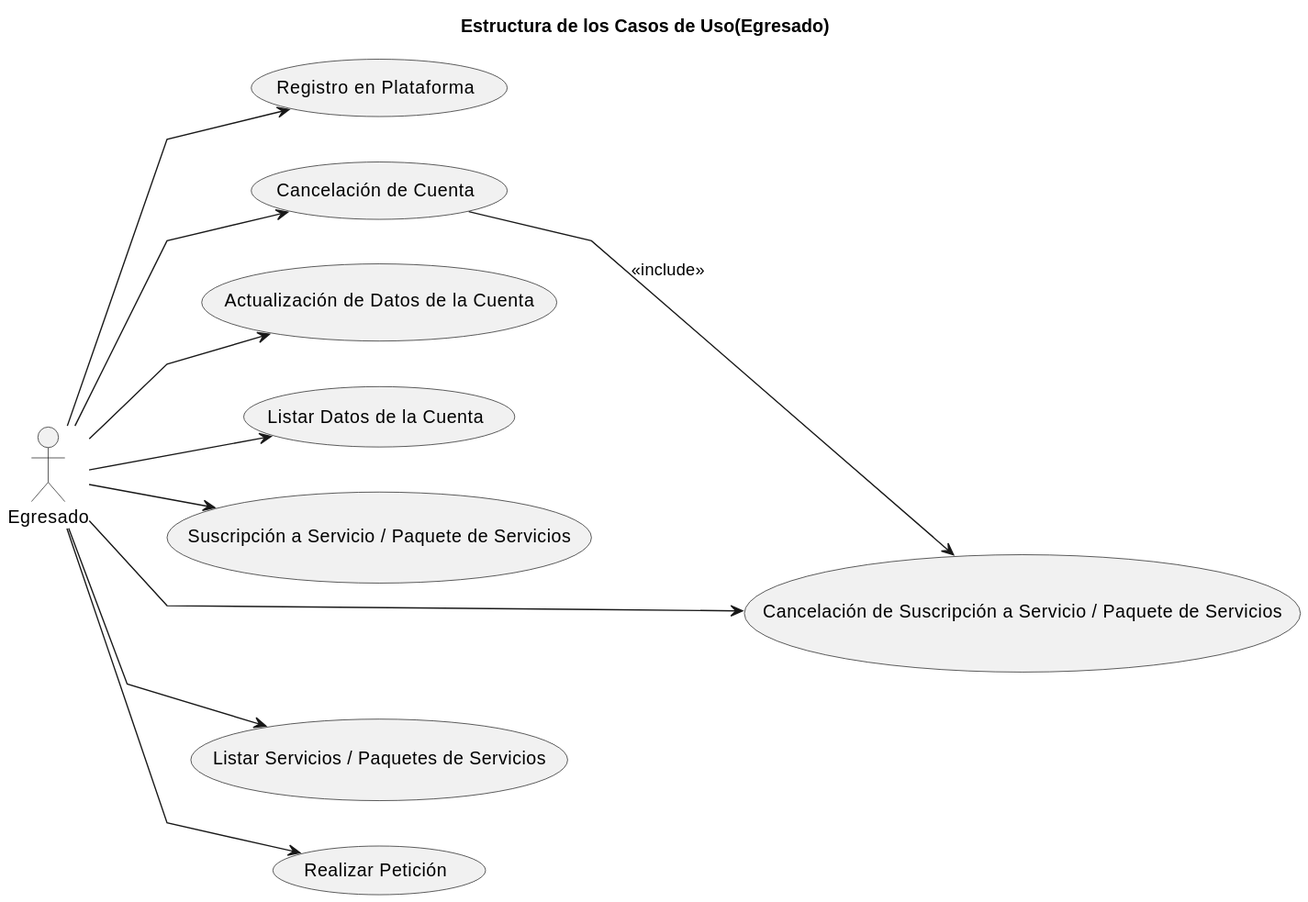
Above: Caso_de_Uso/Estructura/Egresado/Estructura.svg in mmasias/23-24-IdSw1-SDR (PlantUML), before the change. Source of this version:
```plantuml
@startuml Estructura

title Estructura de los Casos de Uso(Egresado)

skinparam {
    NoteBackgroundColor #whiteSmoke
    NoteBorderColor #green
    linetype polyline
}

left to right direction

actor Egresado

Egresado --> (Registro en Plataforma)
Egresado --> (Cancelación de Cuenta)
Egresado --> (Actualización de Datos de la Cuenta)
Egresado --> (Listar Datos de la Cuenta)
Egresado --> (Suscripción a Servicio / Paquete de Servicios)
Egresado --> (Cancelación de Suscripción a Servicio / Paquete de Servicios)
Egresado --> (Listar Servicios / Paquetes de Servicios)
Egresado --> (Realizar Petición)

(Cancelación de Cuenta) --> (Cancelación de Suscripción a Servicio / Paquete de Servicios) : <<include>>

@enduml
```
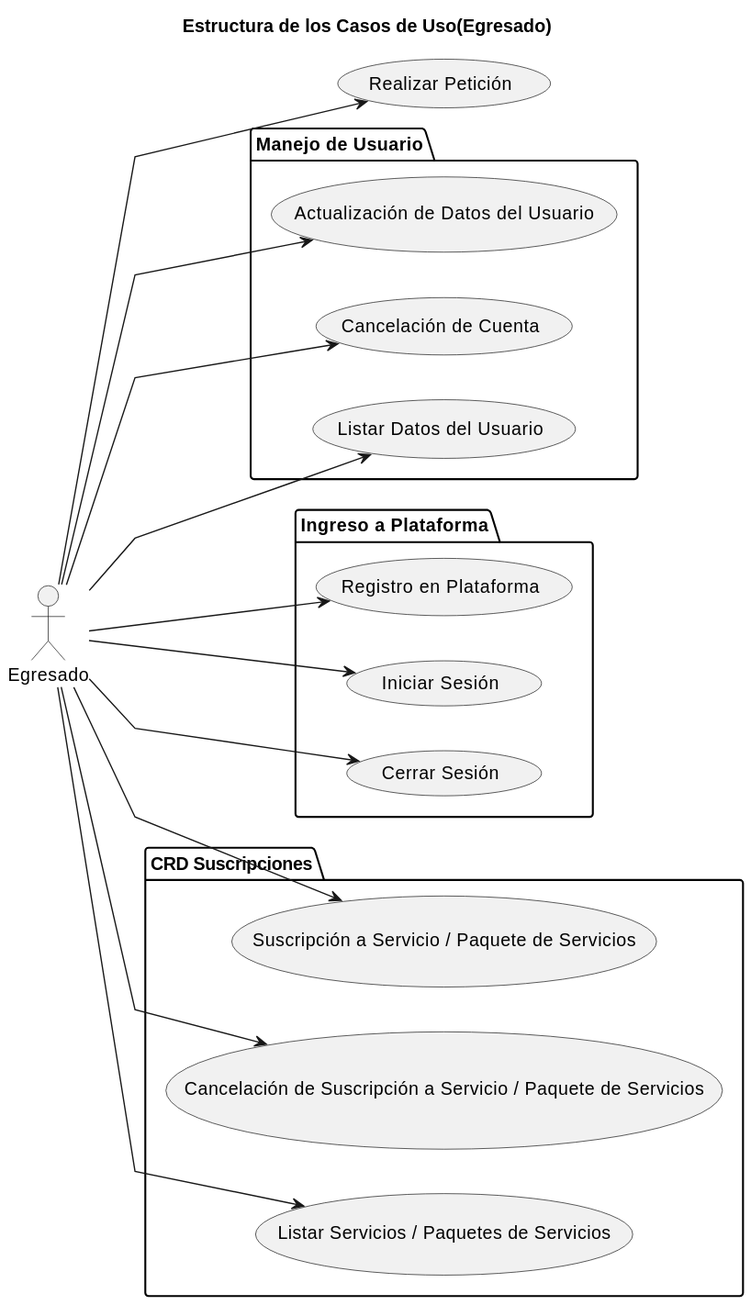
After the commit.

Change to the diagram source:
```diff
@@ -12,15 +12,24 @@
 
 actor Egresado
 
-Egresado --> (Registro en Plataforma)
-Egresado --> (Cancelación de Cuenta)
-Egresado --> (Actualización de Datos de la Cuenta)
-Egresado --> (Listar Datos de la Cuenta)
-Egresado --> (Suscripción a Servicio / Paquete de Servicios)
-Egresado --> (Cancelación de Suscripción a Servicio / Paquete de Servicios)
-Egresado --> (Listar Servicios / Paquetes de Servicios)
+folder "Manejo de Usuario" as cuentas {
+    Egresado --> (Actualización de Datos del Usuario)
+    Egresado --> (Cancelación de Cuenta)
+    Egresado --> (Listar Datos del Usuario)
+}
+
+folder "Ingreso a Plataforma" as ingreso {
+    Egresado --> (Registro en Plataforma)
+    Egresado --> (Iniciar Sesión)
+    Egresado --> (Cerrar Sesión)
+}
+
+folder "CRD Suscripciones" as CRDSuscripciones {
+    Egresado --> (Suscripción a Servicio / Paquete de Servicios)
+    Egresado --> (Cancelación de Suscripción a Servicio / Paquete de Servicios)
+    Egresado --> (Listar Servicios / Paquetes de Servicios)
+}
+
 Egresado --> (Realizar Petición)
 
-(Cancelación de Cuenta) --> (Cancelación de Suscripción a Servicio / Paquete de Servicios) : <<include>>
-
 @enduml
```
